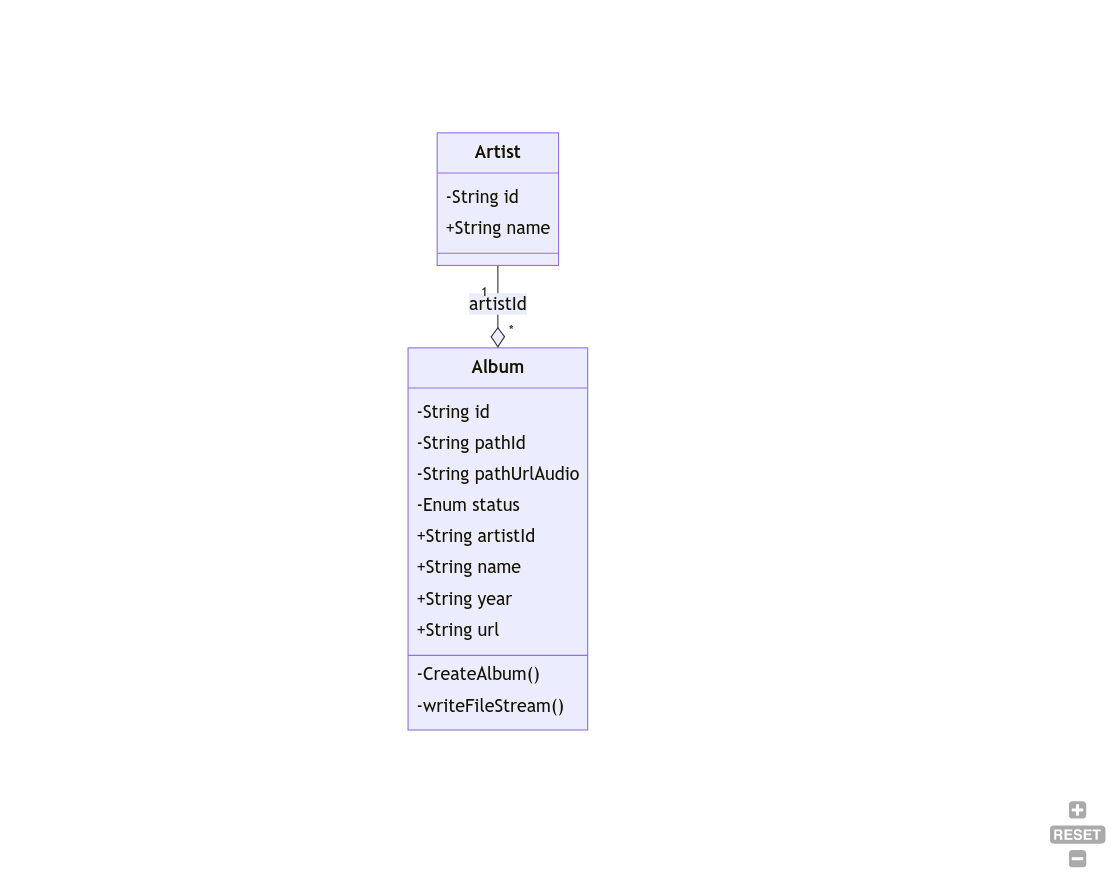
Earlier version of the Mermaid export api_musicfy/src/apis/album/docs/imgs/album.class.png (FacundoF1/musicfy). Its source is kept beside it as api_musicfy/src/apis/album/docs/diagrams/album.class.mmd.
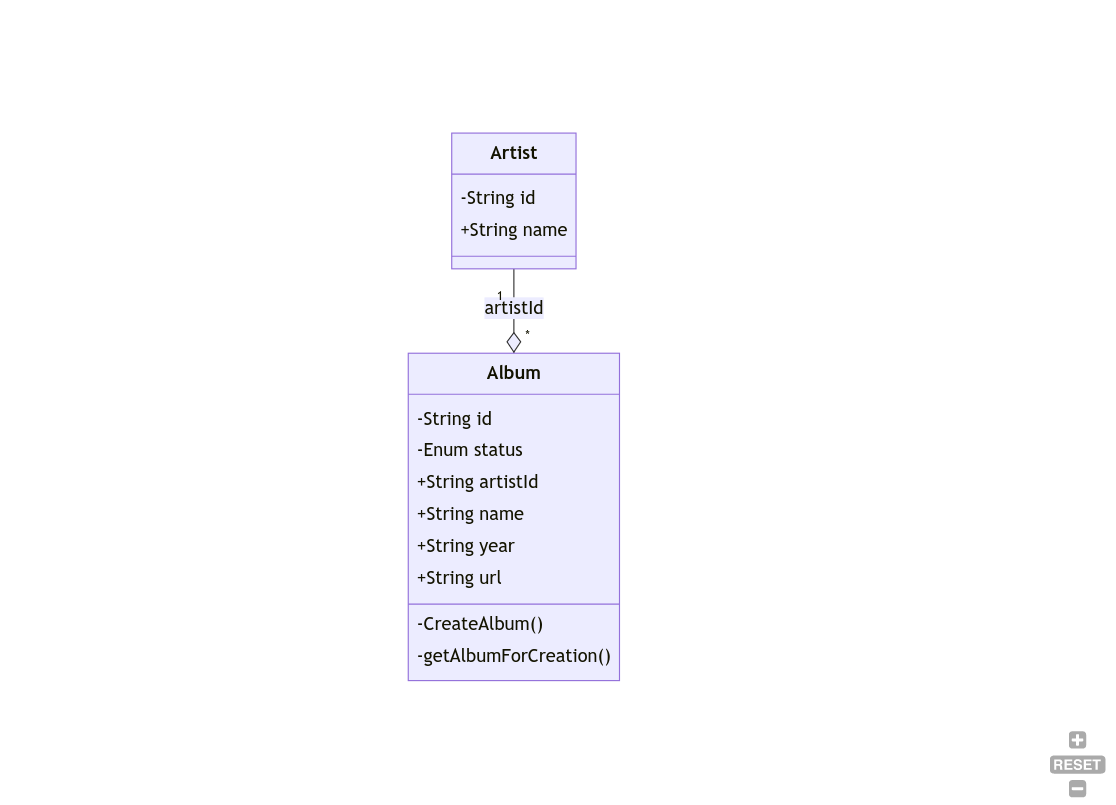
After the commit.

Change to the diagram source:
```diff
@@ -7,14 +7,11 @@
     }
     class Album {
         -String id
-        -String pathId
-        -String pathUrlAudio
         -Enum status
         +String artistId
         +String name
         +String year
         +String url
         -CreateAlbum()
-        -writeFileStream()
+        -getAlbumForCreation()
     }
-
```
